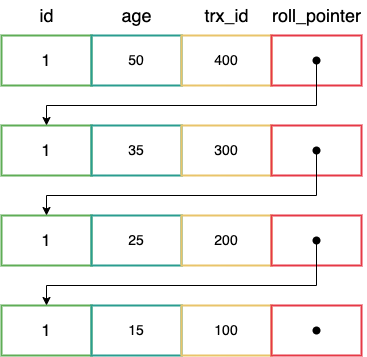
Before: img/mysql/mysql-mvcc-undolog.png, a diagram exported from draw.io (boilingfrog/Go-POINT). Source tidied: cells renumbered, new cells last; positions are measured from the earlier drawing's top-left corner, leaving out a move shared by most shapes. Its diagram source:
```xml
<mxGraphModel>
  <root>
    <mxCell id="0" />
    <mxCell id="1" parent="0" />
    <mxCell id="2" value="&lt;font style=&quot;font-size: 17px&quot;&gt;1&lt;/font&gt;" style="rounded=0;whiteSpace=wrap;html=1;fillStyle=dashed;fontSize=14;strokeColor=#5FAD56;strokeWidth=2;fillColor=none;" parent="1" vertex="1">
      <mxGeometry y="35" width="90" height="50" as="geometry" />
    </mxCell>
    <mxCell id="3" value="50" style="rounded=0;whiteSpace=wrap;html=1;fillStyle=dashed;fontSize=14;strokeColor=#2A9D8F;strokeWidth=2;fillColor=none;" parent="1" vertex="1">
      <mxGeometry x="90" y="35" width="90" height="50" as="geometry" />
    </mxCell>
    <mxCell id="4" value="400" style="rounded=0;whiteSpace=wrap;html=1;fillStyle=dashed;fontSize=14;strokeColor=#E9C46A;strokeWidth=2;fillColor=none;" parent="1" vertex="1">
      <mxGeometry x="180" y="35" width="90" height="50" as="geometry" />
    </mxCell>
    <mxCell id="5" style="rounded=0;whiteSpace=wrap;html=1;fillStyle=dashed;fontSize=14;strokeColor=#E63946;strokeWidth=2;fillColor=none;" parent="1" vertex="1">
      <mxGeometry x="270" y="35" width="90" height="50" as="geometry" />
    </mxCell>
    <mxCell id="6" value="&lt;font style=&quot;font-size: 18px&quot;&gt;id&lt;/font&gt;" style="text;html=1;align=center;verticalAlign=middle;strokeColor=none;fillColor=none;fontSize=14;" parent="1" vertex="1">
      <mxGeometry x="30" y="5" width="30" height="20" as="geometry" />
    </mxCell>
    <mxCell id="7" value="age" style="text;html=1;align=center;verticalAlign=middle;strokeColor=none;fillColor=none;fontSize=18;" parent="1" vertex="1">
      <mxGeometry x="110" width="50" height="30" as="geometry" />
    </mxCell>
    <mxCell id="8" value="trx_id" style="text;html=1;align=center;verticalAlign=middle;strokeColor=none;fillColor=none;fontSize=18;" parent="1" vertex="1">
      <mxGeometry x="195" width="60" height="30" as="geometry" />
    </mxCell>
    <mxCell id="9" value="roll_pointer" style="text;html=1;align=center;verticalAlign=middle;strokeColor=none;fillColor=none;fontSize=18;" parent="1" vertex="1">
      <mxGeometry x="265" width="100" height="30" as="geometry" />
    </mxCell>
    <mxCell id="10" value="&lt;font style=&quot;font-size: 17px&quot;&gt;1&lt;/font&gt;" style="rounded=0;whiteSpace=wrap;html=1;fillStyle=dashed;fontSize=14;strokeColor=#5FAD56;strokeWidth=2;fillColor=none;" parent="1" vertex="1">
      <mxGeometry y="125" width="90" height="50" as="geometry" />
    </mxCell>
    <mxCell id="11" value="35" style="rounded=0;whiteSpace=wrap;html=1;fillStyle=dashed;fontSize=14;strokeColor=#2A9D8F;strokeWidth=2;fillColor=none;" parent="1" vertex="1">
      <mxGeometry x="90" y="125" width="90" height="50" as="geometry" />
    </mxCell>
    <mxCell id="12" value="300" style="rounded=0;whiteSpace=wrap;html=1;fillStyle=dashed;fontSize=14;strokeColor=#E9C46A;strokeWidth=2;fillColor=none;" parent="1" vertex="1">
      <mxGeometry x="180" y="125" width="90" height="50" as="geometry" />
    </mxCell>
    <mxCell id="13" style="rounded=0;whiteSpace=wrap;html=1;fillStyle=dashed;fontSize=14;strokeColor=#E63946;strokeWidth=2;fillColor=none;" parent="1" vertex="1">
      <mxGeometry x="270" y="125" width="90" height="50" as="geometry" />
    </mxCell>
    <mxCell id="14" value="&lt;font style=&quot;font-size: 17px&quot;&gt;1&lt;/font&gt;" style="rounded=0;whiteSpace=wrap;html=1;fillStyle=dashed;fontSize=14;strokeColor=#5FAD56;strokeWidth=2;fillColor=none;" parent="1" vertex="1">
      <mxGeometry y="215" width="90" height="50" as="geometry" />
    </mxCell>
    <mxCell id="15" value="25" style="rounded=0;whiteSpace=wrap;html=1;fillStyle=dashed;fontSize=14;strokeColor=#2A9D8F;strokeWidth=2;fillColor=none;" parent="1" vertex="1">
      <mxGeometry x="90" y="215" width="90" height="50" as="geometry" />
    </mxCell>
    <mxCell id="16" value="200" style="rounded=0;whiteSpace=wrap;html=1;fillStyle=dashed;fontSize=14;strokeColor=#E9C46A;strokeWidth=2;fillColor=none;" parent="1" vertex="1">
      <mxGeometry x="180" y="215" width="90" height="50" as="geometry" />
    </mxCell>
    <mxCell id="17" style="rounded=0;whiteSpace=wrap;html=1;fillStyle=dashed;fontSize=14;strokeColor=#E63946;strokeWidth=2;fillColor=none;" parent="1" vertex="1">
      <mxGeometry x="270" y="215" width="90" height="50" as="geometry" />
    </mxCell>
    <mxCell id="18" value="&lt;font style=&quot;font-size: 17px&quot;&gt;1&lt;/font&gt;" style="rounded=0;whiteSpace=wrap;html=1;fillStyle=dashed;fontSize=14;strokeColor=#5FAD56;strokeWidth=2;fillColor=none;" parent="1" vertex="1">
      <mxGeometry y="305" width="90" height="50" as="geometry" />
    </mxCell>
    <mxCell id="19" value="15" style="rounded=0;whiteSpace=wrap;html=1;fillStyle=dashed;fontSize=14;strokeColor=#2A9D8F;strokeWidth=2;fillColor=none;" parent="1" vertex="1">
      <mxGeometry x="90" y="305" width="90" height="50" as="geometry" />
    </mxCell>
    <mxCell id="20" value="100" style="rounded=0;whiteSpace=wrap;html=1;fillStyle=dashed;fontSize=14;strokeColor=#E9C46A;strokeWidth=2;fillColor=none;" parent="1" vertex="1">
      <mxGeometry x="180" y="305" width="90" height="50" as="geometry" />
    </mxCell>
    <mxCell id="21" style="rounded=0;whiteSpace=wrap;html=1;fillStyle=dashed;fontSize=14;strokeColor=#E63946;strokeWidth=2;fillColor=none;" parent="1" vertex="1">
      <mxGeometry x="270" y="305" width="90" height="50" as="geometry" />
    </mxCell>
    <mxCell id="22" style="edgeStyle=orthogonalEdgeStyle;rounded=0;html=1;fontSize=17;" parent="1" edge="1" source="23" target="10">
      <mxGeometry relative="1" as="geometry">
        <Array as="points">
          <mxPoint x="315" y="105" />
          <mxPoint x="45" y="105" />
        </Array>
      </mxGeometry>
    </mxCell>
    <mxCell id="23" style="shape=waypoint;sketch=0;fillStyle=solid;size=6;points=[];fillColor=none;perimeter=centerPerimeter;snapToPoint=1;fontSize=17;strokeColor=#000000;strokeWidth=2;" parent="1" vertex="1">
      <mxGeometry x="295" y="40" width="40" height="40" as="geometry" />
    </mxCell>
    <mxCell id="24" style="edgeStyle=orthogonalEdgeStyle;rounded=0;html=1;fontSize=17;" parent="1" edge="1" source="25" target="14">
      <mxGeometry relative="1" as="geometry">
        <Array as="points">
          <mxPoint x="315" y="195" />
          <mxPoint x="45" y="195" />
        </Array>
      </mxGeometry>
    </mxCell>
    <mxCell id="25" style="shape=waypoint;sketch=0;fillStyle=solid;size=6;points=[];fillColor=none;perimeter=centerPerimeter;snapToPoint=1;fontSize=17;strokeColor=#000000;strokeWidth=2;" parent="1" vertex="1">
      <mxGeometry x="295" y="130" width="40" height="40" as="geometry" />
    </mxCell>
    <mxCell id="26" style="edgeStyle=orthogonalEdgeStyle;rounded=0;html=1;fontSize=17;" parent="1" edge="1" source="27" target="18">
      <mxGeometry relative="1" as="geometry">
        <Array as="points">
          <mxPoint x="315" y="285" />
          <mxPoint x="45" y="285" />
        </Array>
      </mxGeometry>
    </mxCell>
    <mxCell id="27" style="shape=waypoint;sketch=0;fillStyle=solid;size=6;points=[];fillColor=none;perimeter=centerPerimeter;snapToPoint=1;fontSize=17;strokeColor=#000000;strokeWidth=2;" parent="1" vertex="1">
      <mxGeometry x="295" y="220" width="40" height="40" as="geometry" />
    </mxCell>
    <mxCell id="28" style="shape=waypoint;sketch=0;fillStyle=solid;size=6;fillColor=none;perimeter=centerPerimeter;fontSize=17;strokeColor=#000000;strokeWidth=2;" parent="1" vertex="1">
      <mxGeometry x="295" y="310" width="40" height="40" as="geometry" />
    </mxCell>
  </root>
</mxGraphModel>
```
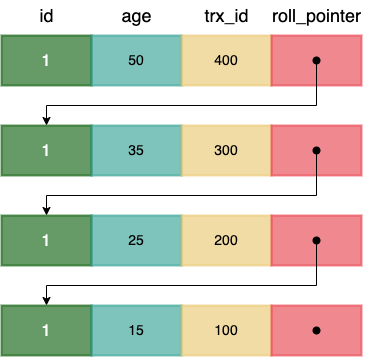
After the commit.

Commit message:
feat:MySQL 中的事务理解

The edit, as a diff of the source:
```diff
@@ -2,16 +2,16 @@
   <root>
     <mxCell id="0" />
     <mxCell id="1" parent="0" />
-    <mxCell id="2" value="&lt;font style=&quot;font-size: 17px&quot;&gt;1&lt;/font&gt;" style="rounded=0;whiteSpace=wrap;html=1;fillStyle=dashed;fontSize=14;strokeColor=#5FAD56;strokeWidth=2;fillColor=none;" parent="1" vertex="1">
+    <mxCell id="2" value="&lt;font style=&quot;font-size: 17px&quot;&gt;1&lt;/font&gt;" style="rounded=0;whiteSpace=wrap;html=1;fillStyle=dashed;fontSize=14;strokeColor=#005700;strokeWidth=2;fillColor=#005700;fontColor=#ffffff;opacity=60;" parent="1" vertex="1">
       <mxGeometry y="35" width="90" height="50" as="geometry" />
     </mxCell>
-    <mxCell id="3" value="50" style="rounded=0;whiteSpace=wrap;html=1;fillStyle=dashed;fontSize=14;strokeColor=#2A9D8F;strokeWidth=2;fillColor=none;" parent="1" vertex="1">
+    <mxCell id="3" value="50" style="rounded=0;whiteSpace=wrap;html=1;fillStyle=dashed;fontSize=14;strokeColor=#2A9D8F;strokeWidth=2;fillColor=#2A9D8F;opacity=60;" parent="1" vertex="1">
       <mxGeometry x="90" y="35" width="90" height="50" as="geometry" />
     </mxCell>
-    <mxCell id="4" value="400" style="rounded=0;whiteSpace=wrap;html=1;fillStyle=dashed;fontSize=14;strokeColor=#E9C46A;strokeWidth=2;fillColor=none;" parent="1" vertex="1">
+    <mxCell id="4" value="400" style="rounded=0;whiteSpace=wrap;html=1;fillStyle=dashed;fontSize=14;strokeColor=#E9C46A;strokeWidth=2;fillColor=#E9C46A;opacity=60;" parent="1" vertex="1">
       <mxGeometry x="180" y="35" width="90" height="50" as="geometry" />
     </mxCell>
-    <mxCell id="5" style="rounded=0;whiteSpace=wrap;html=1;fillStyle=dashed;fontSize=14;strokeColor=#E63946;strokeWidth=2;fillColor=none;" parent="1" vertex="1">
+    <mxCell id="5" style="rounded=0;whiteSpace=wrap;html=1;fillStyle=dashed;fontSize=14;strokeColor=#E63946;strokeWidth=2;fillColor=#E63946;opacity=60;" parent="1" vertex="1">
       <mxGeometry x="270" y="35" width="90" height="50" as="geometry" />
     </mxCell>
     <mxCell id="6" value="&lt;font style=&quot;font-size: 18px&quot;&gt;id&lt;/font&gt;" style="text;html=1;align=center;verticalAlign=middle;strokeColor=none;fillColor=none;fontSize=14;" parent="1" vertex="1">
@@ -26,40 +26,40 @@
     <mxCell id="9" value="roll_pointer" style="text;html=1;align=center;verticalAlign=middle;strokeColor=none;fillColor=none;fontSize=18;" parent="1" vertex="1">
       <mxGeometry x="265" width="100" height="30" as="geometry" />
     </mxCell>
-    <mxCell id="10" value="&lt;font style=&quot;font-size: 17px&quot;&gt;1&lt;/font&gt;" style="rounded=0;whiteSpace=wrap;html=1;fillStyle=dashed;fontSize=14;strokeColor=#5FAD56;strokeWidth=2;fillColor=none;" parent="1" vertex="1">
+    <mxCell id="10" value="&lt;font style=&quot;font-size: 17px&quot;&gt;1&lt;/font&gt;" style="rounded=0;whiteSpace=wrap;html=1;fillStyle=dashed;fontSize=14;strokeColor=#005700;strokeWidth=2;fillColor=#005700;fontColor=#ffffff;opacity=60;" parent="1" vertex="1">
       <mxGeometry y="125" width="90" height="50" as="geometry" />
     </mxCell>
-    <mxCell id="11" value="35" style="rounded=0;whiteSpace=wrap;html=1;fillStyle=dashed;fontSize=14;strokeColor=#2A9D8F;strokeWidth=2;fillColor=none;" parent="1" vertex="1">
+    <mxCell id="11" value="35" style="rounded=0;whiteSpace=wrap;html=1;fillStyle=dashed;fontSize=14;strokeColor=#2A9D8F;strokeWidth=2;fillColor=#2A9D8F;opacity=60;" parent="1" vertex="1">
       <mxGeometry x="90" y="125" width="90" height="50" as="geometry" />
     </mxCell>
-    <mxCell id="12" value="300" style="rounded=0;whiteSpace=wrap;html=1;fillStyle=dashed;fontSize=14;strokeColor=#E9C46A;strokeWidth=2;fillColor=none;" parent="1" vertex="1">
+    <mxCell id="12" value="300" style="rounded=0;whiteSpace=wrap;html=1;fillStyle=dashed;fontSize=14;strokeColor=#E9C46A;strokeWidth=2;fillColor=#E9C46A;opacity=60;" parent="1" vertex="1">
       <mxGeometry x="180" y="125" width="90" height="50" as="geometry" />
     </mxCell>
-    <mxCell id="13" style="rounded=0;whiteSpace=wrap;html=1;fillStyle=dashed;fontSize=14;strokeColor=#E63946;strokeWidth=2;fillColor=none;" parent="1" vertex="1">
+    <mxCell id="13" style="rounded=0;whiteSpace=wrap;html=1;fillStyle=dashed;fontSize=14;strokeColor=#E63946;strokeWidth=2;fillColor=#E63946;opacity=60;" parent="1" vertex="1">
       <mxGeometry x="270" y="125" width="90" height="50" as="geometry" />
     </mxCell>
-    <mxCell id="14" value="&lt;font style=&quot;font-size: 17px&quot;&gt;1&lt;/font&gt;" style="rounded=0;whiteSpace=wrap;html=1;fillStyle=dashed;fontSize=14;strokeColor=#5FAD56;strokeWidth=2;fillColor=none;" parent="1" vertex="1">
+    <mxCell id="14" value="&lt;font style=&quot;font-size: 17px&quot;&gt;1&lt;/font&gt;" style="rounded=0;whiteSpace=wrap;html=1;fillStyle=dashed;fontSize=14;strokeColor=#005700;strokeWidth=2;fillColor=#005700;fontColor=#ffffff;opacity=60;" parent="1" vertex="1">
       <mxGeometry y="215" width="90" height="50" as="geometry" />
     </mxCell>
-    <mxCell id="15" value="25" style="rounded=0;whiteSpace=wrap;html=1;fillStyle=dashed;fontSize=14;strokeColor=#2A9D8F;strokeWidth=2;fillColor=none;" parent="1" vertex="1">
+    <mxCell id="15" value="25" style="rounded=0;whiteSpace=wrap;html=1;fillStyle=dashed;fontSize=14;strokeColor=#2A9D8F;strokeWidth=2;fillColor=#2A9D8F;opacity=60;" parent="1" vertex="1">
       <mxGeometry x="90" y="215" width="90" height="50" as="geometry" />
     </mxCell>
-    <mxCell id="16" value="200" style="rounded=0;whiteSpace=wrap;html=1;fillStyle=dashed;fontSize=14;strokeColor=#E9C46A;strokeWidth=2;fillColor=none;" parent="1" vertex="1">
+    <mxCell id="16" value="200" style="rounded=0;whiteSpace=wrap;html=1;fillStyle=dashed;fontSize=14;strokeColor=#E9C46A;strokeWidth=2;fillColor=#E9C46A;opacity=60;" parent="1" vertex="1">
       <mxGeometry x="180" y="215" width="90" height="50" as="geometry" />
     </mxCell>
-    <mxCell id="17" style="rounded=0;whiteSpace=wrap;html=1;fillStyle=dashed;fontSize=14;strokeColor=#E63946;strokeWidth=2;fillColor=none;" parent="1" vertex="1">
+    <mxCell id="17" style="rounded=0;whiteSpace=wrap;html=1;fillStyle=dashed;fontSize=14;strokeColor=#E63946;strokeWidth=2;fillColor=#E63946;opacity=60;" parent="1" vertex="1">
       <mxGeometry x="270" y="215" width="90" height="50" as="geometry" />
     </mxCell>
-    <mxCell id="18" value="&lt;font style=&quot;font-size: 17px&quot;&gt;1&lt;/font&gt;" style="rounded=0;whiteSpace=wrap;html=1;fillStyle=dashed;fontSize=14;strokeColor=#5FAD56;strokeWidth=2;fillColor=none;" parent="1" vertex="1">
+    <mxCell id="18" value="&lt;font style=&quot;font-size: 17px&quot;&gt;1&lt;/font&gt;" style="rounded=0;whiteSpace=wrap;html=1;fillStyle=dashed;fontSize=14;strokeColor=#005700;strokeWidth=2;fillColor=#005700;fontColor=#ffffff;opacity=60;" parent="1" vertex="1">
       <mxGeometry y="305" width="90" height="50" as="geometry" />
     </mxCell>
-    <mxCell id="19" value="15" style="rounded=0;whiteSpace=wrap;html=1;fillStyle=dashed;fontSize=14;strokeColor=#2A9D8F;strokeWidth=2;fillColor=none;" parent="1" vertex="1">
+    <mxCell id="19" value="15" style="rounded=0;whiteSpace=wrap;html=1;fillStyle=dashed;fontSize=14;strokeColor=#2A9D8F;strokeWidth=2;fillColor=#2A9D8F;opacity=60;" parent="1" vertex="1">
       <mxGeometry x="90" y="305" width="90" height="50" as="geometry" />
     </mxCell>
-    <mxCell id="20" value="100" style="rounded=0;whiteSpace=wrap;html=1;fillStyle=dashed;fontSize=14;strokeColor=#E9C46A;strokeWidth=2;fillColor=none;" parent="1" vertex="1">
+    <mxCell id="20" value="100" style="rounded=0;whiteSpace=wrap;html=1;fillStyle=dashed;fontSize=14;strokeColor=#E9C46A;strokeWidth=2;fillColor=#E9C46A;opacity=60;" parent="1" vertex="1">
       <mxGeometry x="180" y="305" width="90" height="50" as="geometry" />
     </mxCell>
-    <mxCell id="21" style="rounded=0;whiteSpace=wrap;html=1;fillStyle=dashed;fontSize=14;strokeColor=#E63946;strokeWidth=2;fillColor=none;" parent="1" vertex="1">
+    <mxCell id="21" style="rounded=0;whiteSpace=wrap;html=1;fillStyle=dashed;fontSize=14;strokeColor=#E63946;strokeWidth=2;fillColor=#E63946;opacity=60;" parent="1" vertex="1">
       <mxGeometry x="270" y="305" width="90" height="50" as="geometry" />
     </mxCell>
     <mxCell id="22" style="edgeStyle=orthogonalEdgeStyle;rounded=0;html=1;fontSize=17;" parent="1" edge="1" source="23" target="10">
```
